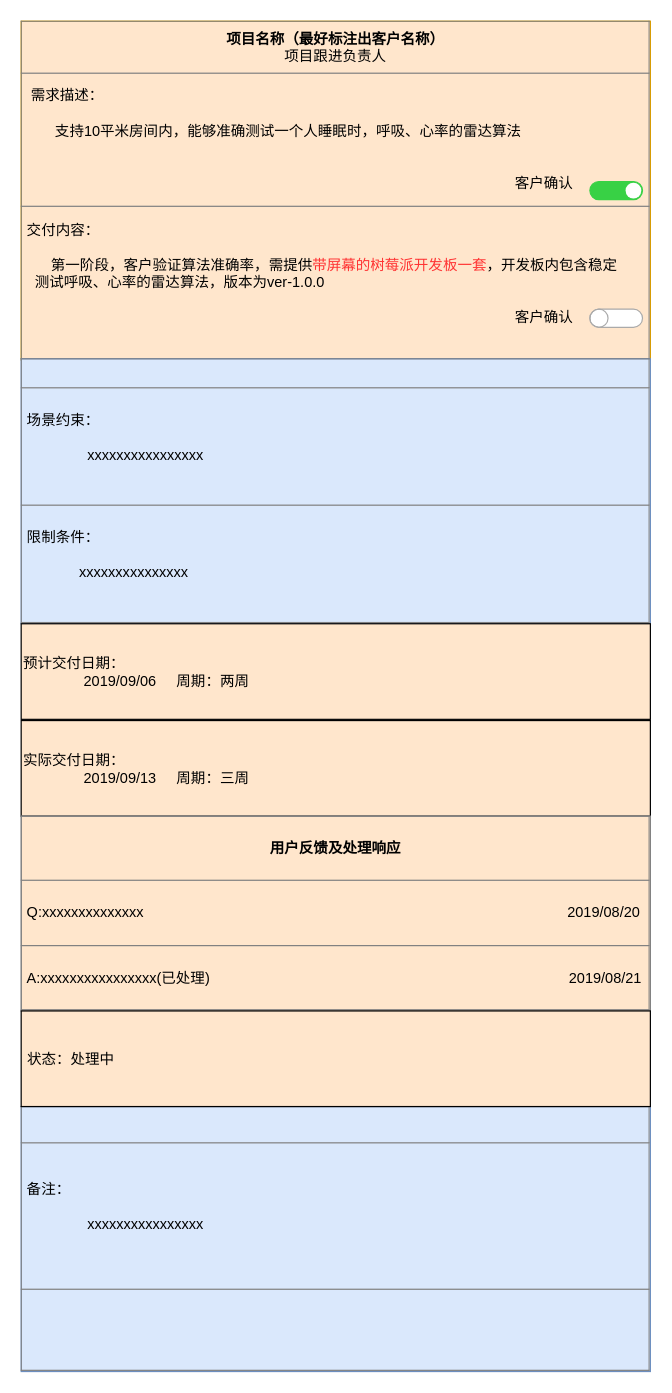
This is ProjectTemplateDoc.drawio from LiteZhang/OkMVP, a draw.io file, before an edit. Source tidied: cells renumbered, new cells numbered last; positions are measured from the earlier drawing's top-left corner, leaving out a move shared by most shapes. Both pictures are drawn from the tidied source at 121%, with x=0, y=0 at pixel (21, 21).
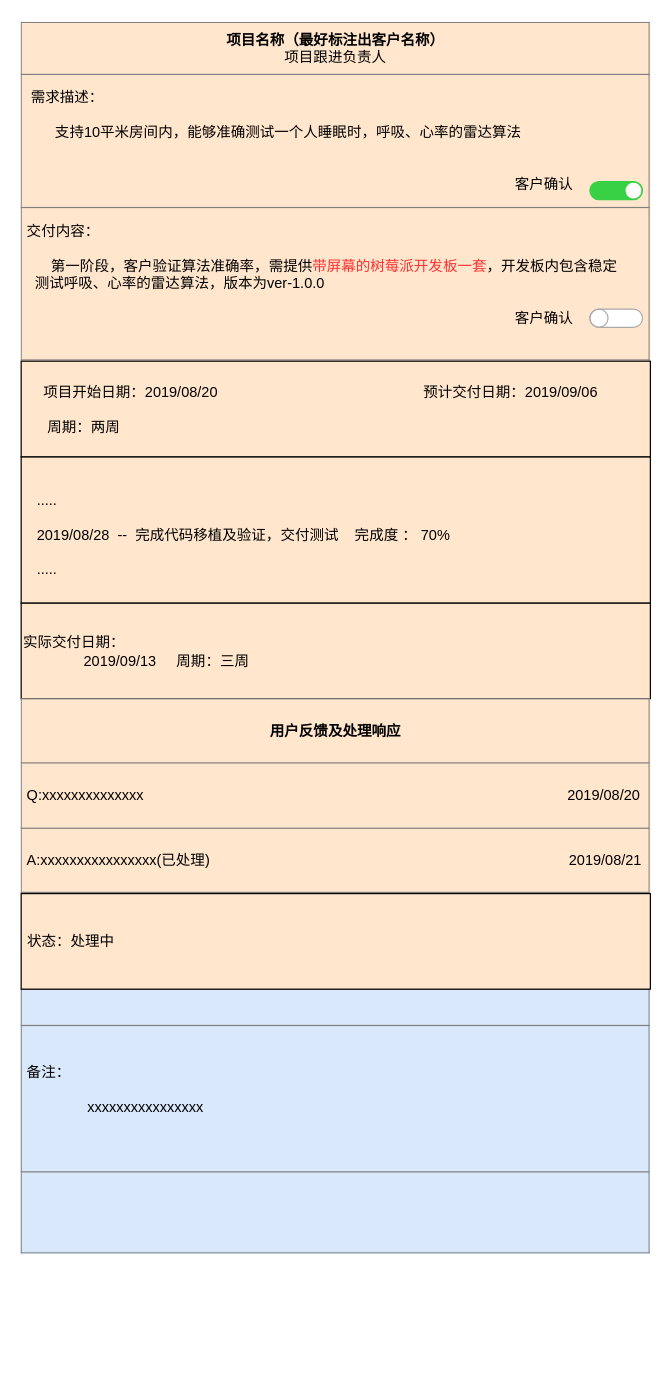
After the change.

The edit, as a diff of the source:
```diff
@@
 <mxGraphModel>
   <root>
     <mxCell id="0" />
     <mxCell id="1" parent="0" />
-    <mxCell id="2" value="&lt;table border=&quot;1&quot; width=&quot;100%&quot; cellpadding=&quot;4&quot; style=&quot;width: 100% ; height: 100% ; border-collapse: collapse&quot;&gt;&lt;tbody&gt;&lt;tr&gt;&lt;th align=&quot;center&quot;&gt;项目名称（最好标注出客户名称）&lt;br&gt;&lt;span style=&quot;font-weight: normal&quot;&gt;项目跟进负责人&lt;/span&gt;&lt;/th&gt;&lt;/tr&gt;&lt;tr&gt;&lt;td align=&quot;center&quot;&gt;&lt;div style=&quot;text-align: left&quot;&gt;&amp;nbsp;需求描述：&amp;nbsp;&amp;nbsp;&lt;/div&gt;&lt;div style=&quot;text-align: left&quot;&gt;&amp;nbsp; &amp;nbsp; &amp;nbsp; &amp;nbsp; &amp;nbsp; &amp;nbsp; &amp;nbsp; &amp;nbsp; &amp;nbsp; &amp;nbsp; &amp;nbsp; &amp;nbsp; &amp;nbsp; &amp;nbsp; &amp;nbsp; &amp;nbsp; &amp;nbsp; &amp;nbsp; &amp;nbsp; &amp;nbsp; &amp;nbsp; &amp;nbsp; &amp;nbsp; &amp;nbsp; &amp;nbsp; &amp;nbsp; &amp;nbsp; &amp;nbsp; &amp;nbsp; &amp;nbsp; &amp;nbsp; &amp;nbsp; &amp;nbsp; &amp;nbsp; &amp;nbsp; &amp;nbsp; &amp;nbsp; &amp;nbsp; &amp;nbsp; &amp;nbsp; &amp;nbsp; &amp;nbsp; &amp;nbsp; &amp;nbsp; &amp;nbsp; &amp;nbsp; &amp;nbsp; &amp;nbsp; &amp;nbsp; &amp;nbsp; &amp;nbsp; &amp;nbsp; &amp;nbsp; &amp;nbsp; &amp;nbsp; &amp;nbsp; &amp;nbsp; &amp;nbsp; &amp;nbsp; &amp;nbsp; &amp;nbsp;&amp;nbsp;&lt;/div&gt;&lt;div style=&quot;text-align: left&quot;&gt;&amp;nbsp; &amp;nbsp; &amp;nbsp; &amp;nbsp;支持10平米房间内，能够准确测试一个人睡眠时，呼吸、心率的雷达算法&lt;/div&gt;&lt;div style=&quot;text-align: left&quot;&gt;&lt;br&gt;&lt;/div&gt;&lt;div style=&quot;text-align: left&quot;&gt;&amp;nbsp; &amp;nbsp; &amp;nbsp; &amp;nbsp; &amp;nbsp; &amp;nbsp; &amp;nbsp; &amp;nbsp; &amp;nbsp; &amp;nbsp; &amp;nbsp; &amp;nbsp; &amp;nbsp; &amp;nbsp; &amp;nbsp; &amp;nbsp; &amp;nbsp; &amp;nbsp; &amp;nbsp; &amp;nbsp; &amp;nbsp; &amp;nbsp; &amp;nbsp; &amp;nbsp; &amp;nbsp; &amp;nbsp; &amp;nbsp; &amp;nbsp; &amp;nbsp; &amp;nbsp; &amp;nbsp; &amp;nbsp; &amp;nbsp; &amp;nbsp; &amp;nbsp; &amp;nbsp; &amp;nbsp; &amp;nbsp; &amp;nbsp; &amp;nbsp; &amp;nbsp; &amp;nbsp; &amp;nbsp; &amp;nbsp; &amp;nbsp; &amp;nbsp; &amp;nbsp; &amp;nbsp; &amp;nbsp; &amp;nbsp; &amp;nbsp; &amp;nbsp; &amp;nbsp; &amp;nbsp; &amp;nbsp; &amp;nbsp; &amp;nbsp; &amp;nbsp; &amp;nbsp; &amp;nbsp; &amp;nbsp;&lt;/div&gt;&lt;div style=&quot;text-align: left&quot;&gt;&amp;nbsp; &amp;nbsp; &amp;nbsp; &amp;nbsp; &amp;nbsp; &amp;nbsp; &amp;nbsp; &amp;nbsp; &amp;nbsp; &amp;nbsp; &amp;nbsp; &amp;nbsp; &amp;nbsp; &amp;nbsp; &amp;nbsp; &amp;nbsp; &amp;nbsp; &amp;nbsp; &amp;nbsp; &amp;nbsp; &amp;nbsp; &amp;nbsp; &amp;nbsp; &amp;nbsp; &amp;nbsp; &amp;nbsp; &amp;nbsp; &amp;nbsp; &amp;nbsp; &amp;nbsp; &amp;nbsp; &amp;nbsp; &amp;nbsp; &amp;nbsp; &amp;nbsp; &amp;nbsp; &amp;nbsp; &amp;nbsp; &amp;nbsp; &amp;nbsp; &amp;nbsp; &amp;nbsp; &amp;nbsp; &amp;nbsp; &amp;nbsp; &amp;nbsp; &amp;nbsp; &amp;nbsp; &amp;nbsp; &amp;nbsp; &amp;nbsp; &amp;nbsp; &amp;nbsp; &amp;nbsp; &amp;nbsp; &amp;nbsp; &amp;nbsp; &amp;nbsp; &amp;nbsp; &amp;nbsp; &amp;nbsp;客户确认&lt;/div&gt;&lt;/td&gt;&lt;/tr&gt;&lt;tr&gt;&lt;td align=&quot;center&quot; style=&quot;text-align: left&quot;&gt;交付内容：&lt;br&gt;&lt;br&gt;&amp;nbsp; &amp;nbsp; &amp;nbsp; 第一阶段，客户验证算法准确率，需提供&lt;font color=&quot;#ff3333&quot;&gt;带屏幕的树莓派开发板一套&lt;/font&gt;，开发板内包含稳定&lt;br&gt;&lt;span&gt;&amp;nbsp; 测试呼吸、心率的雷达算法，版本为ver-1.0.0&lt;br&gt;&lt;br&gt;&amp;nbsp; &amp;nbsp; &amp;nbsp; &amp;nbsp; &amp;nbsp; &amp;nbsp; &amp;nbsp; &amp;nbsp; &amp;nbsp; &amp;nbsp; &amp;nbsp; &amp;nbsp; &amp;nbsp; &amp;nbsp; &amp;nbsp; &amp;nbsp; &amp;nbsp; &amp;nbsp; &amp;nbsp; &amp;nbsp; &amp;nbsp; &amp;nbsp; &amp;nbsp; &amp;nbsp; &amp;nbsp; &amp;nbsp; &amp;nbsp; &amp;nbsp; &amp;nbsp; &amp;nbsp; &amp;nbsp; &amp;nbsp; &amp;nbsp; &amp;nbsp; &amp;nbsp; &amp;nbsp; &amp;nbsp; &amp;nbsp; &amp;nbsp; &amp;nbsp; &amp;nbsp; &amp;nbsp; &amp;nbsp; &amp;nbsp; &amp;nbsp; &amp;nbsp; &amp;nbsp; &amp;nbsp; &amp;nbsp; &amp;nbsp; &amp;nbsp; &amp;nbsp; &amp;nbsp; &amp;nbsp; &amp;nbsp; &amp;nbsp; &amp;nbsp; &amp;nbsp; &amp;nbsp; &amp;nbsp; &amp;nbsp;客户确认&lt;br&gt;&lt;/span&gt;&lt;div&gt;&lt;br&gt;&lt;/div&gt;&lt;/td&gt;&lt;/tr&gt;&lt;/tbody&gt;&lt;/table&gt;" style="text;html=1;strokeColor=#d79b00;fillColor=#ffe6cc;overflow=fill;" parent="1" vertex="1">
-      <mxGeometry width="520" height="280" as="geometry" />
+    <mxCell id="2" value="&lt;table border=&quot;1&quot; width=&quot;100%&quot; cellpadding=&quot;4&quot; style=&quot;width: 100% ; height: 100% ; border-collapse: collapse&quot;&gt;&lt;tbody&gt;&lt;tr&gt;&lt;th align=&quot;center&quot;&gt;项目名称（最好标注出客户名称）&lt;br&gt;&lt;span style=&quot;font-weight: normal&quot;&gt;项目跟进负责人&lt;/span&gt;&lt;/th&gt;&lt;/tr&gt;&lt;tr&gt;&lt;td align=&quot;center&quot;&gt;&lt;div style=&quot;text-align: left&quot;&gt;&amp;nbsp;需求描述：&amp;nbsp;&amp;nbsp;&lt;/div&gt;&lt;div style=&quot;text-align: left&quot;&gt;&amp;nbsp; &amp;nbsp; &amp;nbsp; &amp;nbsp; &amp;nbsp; &amp;nbsp; &amp;nbsp; &amp;nbsp; &amp;nbsp; &amp;nbsp; &amp;nbsp; &amp;nbsp; &amp;nbsp; &amp;nbsp; &amp;nbsp; &amp;nbsp; &amp;nbsp; &amp;nbsp; &amp;nbsp; &amp;nbsp; &amp;nbsp; &amp;nbsp; &amp;nbsp; &amp;nbsp; &amp;nbsp; &amp;nbsp; &amp;nbsp; &amp;nbsp; &amp;nbsp; &amp;nbsp; &amp;nbsp; &amp;nbsp; &amp;nbsp; &amp;nbsp; &amp;nbsp; &amp;nbsp; &amp;nbsp; &amp;nbsp; &amp;nbsp; &amp;nbsp; &amp;nbsp; &amp;nbsp; &amp;nbsp; &amp;nbsp; &amp;nbsp; &amp;nbsp; &amp;nbsp; &amp;nbsp; &amp;nbsp; &amp;nbsp; &amp;nbsp; &amp;nbsp; &amp;nbsp; &amp;nbsp; &amp;nbsp; &amp;nbsp; &amp;nbsp; &amp;nbsp; &amp;nbsp; &amp;nbsp; &amp;nbsp;&amp;nbsp;&lt;/div&gt;&lt;div style=&quot;text-align: left&quot;&gt;&amp;nbsp; &amp;nbsp; &amp;nbsp; &amp;nbsp;支持10平米房间内，能够准确测试一个人睡眠时，呼吸、心率的雷达算法&lt;/div&gt;&lt;div style=&quot;text-align: left&quot;&gt;&lt;br&gt;&lt;/div&gt;&lt;div style=&quot;text-align: left&quot;&gt;&amp;nbsp; &amp;nbsp; &amp;nbsp; &amp;nbsp; &amp;nbsp; &amp;nbsp; &amp;nbsp; &amp;nbsp; &amp;nbsp; &amp;nbsp; &amp;nbsp; &amp;nbsp; &amp;nbsp; &amp;nbsp; &amp;nbsp; &amp;nbsp; &amp;nbsp; &amp;nbsp; &amp;nbsp; &amp;nbsp; &amp;nbsp; &amp;nbsp; &amp;nbsp; &amp;nbsp; &amp;nbsp; &amp;nbsp; &amp;nbsp; &amp;nbsp; &amp;nbsp; &amp;nbsp; &amp;nbsp; &amp;nbsp; &amp;nbsp; &amp;nbsp; &amp;nbsp; &amp;nbsp; &amp;nbsp; &amp;nbsp; &amp;nbsp; &amp;nbsp; &amp;nbsp; &amp;nbsp; &amp;nbsp; &amp;nbsp; &amp;nbsp; &amp;nbsp; &amp;nbsp; &amp;nbsp; &amp;nbsp; &amp;nbsp; &amp;nbsp; &amp;nbsp; &amp;nbsp; &amp;nbsp; &amp;nbsp; &amp;nbsp; &amp;nbsp; &amp;nbsp; &amp;nbsp; &amp;nbsp; &amp;nbsp;&lt;/div&gt;&lt;div style=&quot;text-align: left&quot;&gt;&amp;nbsp; &amp;nbsp; &amp;nbsp; &amp;nbsp; &amp;nbsp; &amp;nbsp; &amp;nbsp; &amp;nbsp; &amp;nbsp; &amp;nbsp; &amp;nbsp; &amp;nbsp; &amp;nbsp; &amp;nbsp; &amp;nbsp; &amp;nbsp; &amp;nbsp; &amp;nbsp; &amp;nbsp; &amp;nbsp; &amp;nbsp; &amp;nbsp; &amp;nbsp; &amp;nbsp; &amp;nbsp; &amp;nbsp; &amp;nbsp; &amp;nbsp; &amp;nbsp; &amp;nbsp; &amp;nbsp; &amp;nbsp; &amp;nbsp; &amp;nbsp; &amp;nbsp; &amp;nbsp; &amp;nbsp; &amp;nbsp; &amp;nbsp; &amp;nbsp; &amp;nbsp; &amp;nbsp; &amp;nbsp; &amp;nbsp; &amp;nbsp; &amp;nbsp; &amp;nbsp; &amp;nbsp; &amp;nbsp; &amp;nbsp; &amp;nbsp; &amp;nbsp; &amp;nbsp; &amp;nbsp; &amp;nbsp; &amp;nbsp; &amp;nbsp; &amp;nbsp; &amp;nbsp; &amp;nbsp; &amp;nbsp;客户确认&lt;/div&gt;&lt;/td&gt;&lt;/tr&gt;&lt;tr&gt;&lt;td align=&quot;center&quot; style=&quot;text-align: left&quot;&gt;交付内容：&lt;br&gt;&lt;br&gt;&amp;nbsp; &amp;nbsp; &amp;nbsp; 第一阶段，客户验证算法准确率，需提供&lt;font color=&quot;#ff3333&quot;&gt;带屏幕的树莓派开发板一套&lt;/font&gt;，开发板内包含稳定&lt;br&gt;&lt;span&gt;&amp;nbsp; 测试呼吸、心率的雷达算法，版本为ver-1.0.0&lt;br&gt;&lt;br&gt;&amp;nbsp; &amp;nbsp; &amp;nbsp; &amp;nbsp; &amp;nbsp; &amp;nbsp; &amp;nbsp; &amp;nbsp; &amp;nbsp; &amp;nbsp; &amp;nbsp; &amp;nbsp; &amp;nbsp; &amp;nbsp; &amp;nbsp; &amp;nbsp; &amp;nbsp; &amp;nbsp; &amp;nbsp; &amp;nbsp; &amp;nbsp; &amp;nbsp; &amp;nbsp; &amp;nbsp; &amp;nbsp; &amp;nbsp; &amp;nbsp; &amp;nbsp; &amp;nbsp; &amp;nbsp; &amp;nbsp; &amp;nbsp; &amp;nbsp; &amp;nbsp; &amp;nbsp; &amp;nbsp; &amp;nbsp; &amp;nbsp; &amp;nbsp; &amp;nbsp; &amp;nbsp; &amp;nbsp; &amp;nbsp; &amp;nbsp; &amp;nbsp; &amp;nbsp; &amp;nbsp; &amp;nbsp; &amp;nbsp; &amp;nbsp; &amp;nbsp; &amp;nbsp; &amp;nbsp; &amp;nbsp; &amp;nbsp; &amp;nbsp; &amp;nbsp; &amp;nbsp; &amp;nbsp; &amp;nbsp; &amp;nbsp;客户确认&lt;br&gt;&lt;/span&gt;&lt;div&gt;&lt;br&gt;&lt;/div&gt;&lt;/td&gt;&lt;/tr&gt;&lt;/tbody&gt;&lt;/table&gt;" style="text;html=1;strokeColor=none;fillColor=#ffe6cc;overflow=fill;" parent="1" vertex="1">
+      <mxGeometry y="1" width="520" height="280" as="geometry" />
     </mxCell>
     <mxCell id="3" style="html=1;verticalLabelPosition=bottom;labelBackgroundColor=#ffffff;verticalAlign=top;shadow=0;dashed=0;strokeWidth=1;shape=mxgraph.ios7ui.onOffButton;buttonState=on;strokeColor=#38D145;strokeColor2=#aaaaaa;fillColor=#38D145;fillColor2=#ffffff;" parent="1" vertex="1">
       <mxGeometry x="470" y="132.5" width="43.5" height="15" as="geometry" />
     </mxCell>
     <mxCell id="4" style="html=1;verticalLabelPosition=bottom;labelBackgroundColor=#ffffff;verticalAlign=top;shadow=0;dashed=0;strokeWidth=1;shape=mxgraph.ios7ui.onOffButton;buttonState=off;strokeColor=#38D145;strokeColor2=#aaaaaa;fillColor=#38D145;fillColor2=#ffffff;" parent="1" vertex="1">
       <mxGeometry x="470" y="238" width="43.5" height="15" as="geometry" />
     </mxCell>
-    <mxCell id="5" value="&lt;table border=&quot;1&quot; width=&quot;100%&quot; cellpadding=&quot;4&quot; style=&quot;width: 100% ; height: 100% ; border-collapse: collapse&quot;&gt;&lt;tbody&gt;&lt;tr&gt;&lt;th align=&quot;center&quot;&gt;&lt;br&gt;&lt;/th&gt;&lt;/tr&gt;&lt;tr&gt;&lt;td align=&quot;center&quot; style=&quot;text-align: left&quot;&gt;&lt;br&gt;场景约束：&lt;br&gt;&lt;br&gt;&amp;nbsp; &amp;nbsp; &amp;nbsp; &amp;nbsp; &amp;nbsp; &amp;nbsp; &amp;nbsp; &amp;nbsp;xxxxxxxxxxxxxxxx&lt;br&gt;&lt;br&gt;&lt;br&gt;&lt;/td&gt;&lt;/tr&gt;&lt;tr&gt;&lt;td align=&quot;center&quot; style=&quot;text-align: left&quot;&gt;&lt;br&gt;限制条件：&lt;br&gt;&amp;nbsp; &amp;nbsp; &amp;nbsp; &amp;nbsp; &amp;nbsp; &amp;nbsp; &amp;nbsp; &lt;br&gt;&amp;nbsp; &amp;nbsp; &amp;nbsp; &amp;nbsp; &amp;nbsp; &amp;nbsp; &amp;nbsp;xxxxxxxxxxxxxxx&lt;br&gt;&lt;br&gt;&lt;br&gt;&lt;/td&gt;&lt;/tr&gt;&lt;/tbody&gt;&lt;/table&gt;" style="text;html=1;strokeColor=#6c8ebf;fillColor=#dae8fc;overflow=fill;" parent="1" vertex="1">
-      <mxGeometry y="279" width="520" height="219" as="geometry" />
+    <mxCell id="5" value="&lt;br&gt;&lt;br&gt;&amp;nbsp; &amp;nbsp; .....&lt;br&gt;&lt;br&gt;&amp;nbsp; &amp;nbsp;&amp;nbsp;&lt;span style=&quot;white-space: normal&quot;&gt;2019/08/28&amp;nbsp; --&amp;nbsp; 完成代码移植及验证，交付测试&amp;nbsp; &amp;nbsp; 完成度 ： 70%&lt;br&gt;&lt;br&gt;&amp;nbsp; &amp;nbsp; .....&lt;br&gt;&lt;/span&gt;" style="text;html=1;strokeColor=#000000;fillColor=#ffe6cc;overflow=fill;" parent="1" vertex="1">
+      <mxGeometry y="360" width="520" height="121" as="geometry" />
     </mxCell>
-    <mxCell id="6" value="预计交付日期：&lt;br&gt;&amp;nbsp; &amp;nbsp; &amp;nbsp; &amp;nbsp; &amp;nbsp; &amp;nbsp; &amp;nbsp; &amp;nbsp;2019/09/06&amp;nbsp; &amp;nbsp; &amp;nbsp;周期：两周" style="rounded=0;whiteSpace=wrap;html=1;align=left;fillColor=#ffe6cc;strokeColor=#000000;" parent="1" vertex="1">
-      <mxGeometry y="498" width="520" height="79" as="geometry" />
+    <mxCell id="6" value="&amp;nbsp; &amp;nbsp; &amp;nbsp;项目开始日期：2019/08/20&amp;nbsp; &amp;nbsp; &amp;nbsp; &amp;nbsp; &amp;nbsp; &amp;nbsp; &amp;nbsp; &amp;nbsp; &amp;nbsp; &amp;nbsp; &amp;nbsp; &amp;nbsp; &amp;nbsp; &amp;nbsp; &amp;nbsp; &amp;nbsp; &amp;nbsp; &amp;nbsp; &amp;nbsp; &amp;nbsp; &amp;nbsp; &amp;nbsp; &amp;nbsp; &amp;nbsp; &amp;nbsp; &amp;nbsp;预计交付日期：2019/09/06&amp;nbsp; &amp;nbsp; &lt;br&gt;&lt;br&gt;&amp;nbsp; &amp;nbsp; &amp;nbsp; 周期：两周" style="rounded=0;whiteSpace=wrap;html=1;align=left;fillColor=#ffe6cc;strokeColor=#000000;" parent="1" vertex="1">
+      <mxGeometry y="281" width="520" height="79" as="geometry" />
     </mxCell>
     <mxCell id="7" value="实际交付日期：&lt;br&gt;&amp;nbsp; &amp;nbsp; &amp;nbsp; &amp;nbsp; &amp;nbsp; &amp;nbsp; &amp;nbsp; &amp;nbsp;2019/09/13&amp;nbsp; &amp;nbsp; &amp;nbsp;周期：三周" style="rounded=0;whiteSpace=wrap;html=1;align=left;fillColor=#ffe6cc;strokeColor=#000000;" parent="1" vertex="1">
-      <mxGeometry y="578" width="520" height="79" as="geometry" />
+      <mxGeometry y="481" width="520" height="79" as="geometry" />
     </mxCell>
-    <mxCell id="8" value="&lt;table border=&quot;1&quot; width=&quot;100%&quot; cellpadding=&quot;4&quot; style=&quot;width: 100% ; height: 100% ; border-collapse: collapse&quot;&gt;&lt;tbody&gt;&lt;tr&gt;&lt;th align=&quot;center&quot;&gt;用户反馈及处理响应&lt;/th&gt;&lt;/tr&gt;&lt;tr&gt;&lt;td align=&quot;center&quot; style=&quot;text-align: left&quot;&gt;Q:xxxxxxxxxxxxxx&amp;nbsp; &amp;nbsp; &amp;nbsp; &amp;nbsp; &amp;nbsp; &amp;nbsp; &amp;nbsp; &amp;nbsp; &amp;nbsp; &amp;nbsp; &amp;nbsp; &amp;nbsp; &amp;nbsp; &amp;nbsp; &amp;nbsp; &amp;nbsp; &amp;nbsp; &amp;nbsp; &amp;nbsp; &amp;nbsp; &amp;nbsp; &amp;nbsp; &amp;nbsp; &amp;nbsp; &amp;nbsp; &amp;nbsp; &amp;nbsp; &amp;nbsp; &amp;nbsp; &amp;nbsp; &amp;nbsp; &amp;nbsp; &amp;nbsp; &amp;nbsp; &amp;nbsp; &amp;nbsp; &amp;nbsp; &amp;nbsp; &amp;nbsp; &amp;nbsp; &amp;nbsp; &amp;nbsp; &amp;nbsp; &amp;nbsp; &amp;nbsp; &amp;nbsp; &amp;nbsp; &amp;nbsp; &amp;nbsp; &amp;nbsp; &amp;nbsp; &amp;nbsp; &amp;nbsp;2019/08/20&lt;br&gt;&lt;/td&gt;&lt;/tr&gt;&lt;tr&gt;&lt;td align=&quot;center&quot; style=&quot;text-align: left&quot;&gt;A:xxxxxxxxxxxxxxxx(已处理)&amp;nbsp; &amp;nbsp; &amp;nbsp; &amp;nbsp; &amp;nbsp; &amp;nbsp; &amp;nbsp; &amp;nbsp; &amp;nbsp; &amp;nbsp; &amp;nbsp; &amp;nbsp; &amp;nbsp; &amp;nbsp; &amp;nbsp; &amp;nbsp; &amp;nbsp; &amp;nbsp; &amp;nbsp; &amp;nbsp; &amp;nbsp; &amp;nbsp; &amp;nbsp; &amp;nbsp; &amp;nbsp; &amp;nbsp; &amp;nbsp; &amp;nbsp; &amp;nbsp; &amp;nbsp; &amp;nbsp; &amp;nbsp; &amp;nbsp; &amp;nbsp; &amp;nbsp; &amp;nbsp; &amp;nbsp; &amp;nbsp; &amp;nbsp; &amp;nbsp; &amp;nbsp; &amp;nbsp; &amp;nbsp; &amp;nbsp; &amp;nbsp;2019/08/21&lt;/td&gt;&lt;/tr&gt;&lt;/tbody&gt;&lt;/table&gt;" style="text;html=1;strokeColor=#808080;fillColor=#ffe6cc;overflow=fill;" parent="1" vertex="1">
-      <mxGeometry y="657" width="520" height="161" as="geometry" />
+    <mxCell id="8" value="&lt;table border=&quot;1&quot; width=&quot;100%&quot; cellpadding=&quot;4&quot; style=&quot;width: 100% ; height: 100% ; border-collapse: collapse&quot;&gt;&lt;tbody&gt;&lt;tr&gt;&lt;th align=&quot;center&quot;&gt;用户反馈及处理响应&lt;/th&gt;&lt;/tr&gt;&lt;tr&gt;&lt;td align=&quot;center&quot; style=&quot;text-align: left&quot;&gt;Q:xxxxxxxxxxxxxx&amp;nbsp; &amp;nbsp; &amp;nbsp; &amp;nbsp; &amp;nbsp; &amp;nbsp; &amp;nbsp; &amp;nbsp; &amp;nbsp; &amp;nbsp; &amp;nbsp; &amp;nbsp; &amp;nbsp; &amp;nbsp; &amp;nbsp; &amp;nbsp; &amp;nbsp; &amp;nbsp; &amp;nbsp; &amp;nbsp; &amp;nbsp; &amp;nbsp; &amp;nbsp; &amp;nbsp; &amp;nbsp; &amp;nbsp; &amp;nbsp; &amp;nbsp; &amp;nbsp; &amp;nbsp; &amp;nbsp; &amp;nbsp; &amp;nbsp; &amp;nbsp; &amp;nbsp; &amp;nbsp; &amp;nbsp; &amp;nbsp; &amp;nbsp; &amp;nbsp; &amp;nbsp; &amp;nbsp; &amp;nbsp; &amp;nbsp; &amp;nbsp; &amp;nbsp; &amp;nbsp; &amp;nbsp; &amp;nbsp; &amp;nbsp; &amp;nbsp; &amp;nbsp; &amp;nbsp;2019/08/20&lt;br&gt;&lt;/td&gt;&lt;/tr&gt;&lt;tr&gt;&lt;td align=&quot;center&quot; style=&quot;text-align: left&quot;&gt;A:xxxxxxxxxxxxxxxx(已处理)&amp;nbsp; &amp;nbsp; &amp;nbsp; &amp;nbsp; &amp;nbsp; &amp;nbsp; &amp;nbsp; &amp;nbsp; &amp;nbsp; &amp;nbsp; &amp;nbsp; &amp;nbsp; &amp;nbsp; &amp;nbsp; &amp;nbsp; &amp;nbsp; &amp;nbsp; &amp;nbsp; &amp;nbsp; &amp;nbsp; &amp;nbsp; &amp;nbsp; &amp;nbsp; &amp;nbsp; &amp;nbsp; &amp;nbsp; &amp;nbsp; &amp;nbsp; &amp;nbsp; &amp;nbsp; &amp;nbsp; &amp;nbsp; &amp;nbsp; &amp;nbsp; &amp;nbsp; &amp;nbsp; &amp;nbsp; &amp;nbsp; &amp;nbsp; &amp;nbsp; &amp;nbsp; &amp;nbsp; &amp;nbsp; &amp;nbsp; &amp;nbsp;2019/08/21&lt;/td&gt;&lt;/tr&gt;&lt;/tbody&gt;&lt;/table&gt;" style="text;html=1;strokeColor=none;fillColor=#ffe6cc;overflow=fill;" parent="1" vertex="1">
+      <mxGeometry y="560" width="520" height="161" as="geometry" />
     </mxCell>
-    <mxCell id="9" value="&lt;table border=&quot;1&quot; width=&quot;100%&quot; cellpadding=&quot;4&quot; style=&quot;width: 100% ; height: 100% ; border-collapse: collapse&quot;&gt;&lt;tbody&gt;&lt;tr&gt;&lt;th align=&quot;center&quot;&gt;&lt;br&gt;&lt;/th&gt;&lt;/tr&gt;&lt;tr&gt;&lt;td align=&quot;center&quot; style=&quot;text-align: left&quot;&gt;&lt;br&gt;备注：&lt;br&gt;&lt;br&gt;&amp;nbsp; &amp;nbsp; &amp;nbsp; &amp;nbsp; &amp;nbsp; &amp;nbsp; &amp;nbsp; &amp;nbsp;xxxxxxxxxxxxxxxx&lt;br&gt;&lt;br&gt;&lt;br&gt;&lt;/td&gt;&lt;/tr&gt;&lt;tr&gt;&lt;td align=&quot;center&quot; style=&quot;text-align: left&quot;&gt;&lt;br&gt;&amp;nbsp;&lt;br&gt;&lt;br&gt;&lt;/td&gt;&lt;/tr&gt;&lt;/tbody&gt;&lt;/table&gt;" style="text;html=1;strokeColor=#6c8ebf;fillColor=#dae8fc;overflow=fill;" parent="1" vertex="1">
-      <mxGeometry y="897" width="520" height="219" as="geometry" />
+    <mxCell id="9" value="&lt;table border=&quot;1&quot; width=&quot;100%&quot; cellpadding=&quot;4&quot; style=&quot;width: 100% ; height: 100% ; border-collapse: collapse&quot;&gt;&lt;tbody&gt;&lt;tr&gt;&lt;th align=&quot;center&quot;&gt;&lt;br&gt;&lt;/th&gt;&lt;/tr&gt;&lt;tr&gt;&lt;td align=&quot;center&quot; style=&quot;text-align: left&quot;&gt;&lt;br&gt;备注：&lt;br&gt;&lt;br&gt;&amp;nbsp; &amp;nbsp; &amp;nbsp; &amp;nbsp; &amp;nbsp; &amp;nbsp; &amp;nbsp; &amp;nbsp;xxxxxxxxxxxxxxxx&lt;br&gt;&lt;br&gt;&lt;br&gt;&lt;/td&gt;&lt;/tr&gt;&lt;tr&gt;&lt;td align=&quot;center&quot; style=&quot;text-align: left&quot;&gt;&lt;br&gt;&amp;nbsp;&lt;br&gt;&lt;br&gt;&lt;/td&gt;&lt;/tr&gt;&lt;/tbody&gt;&lt;/table&gt;" style="text;html=1;strokeColor=none;fillColor=#dae8fc;overflow=fill;" parent="1" vertex="1">
+      <mxGeometry x="-0.5" y="800" width="520" height="219" as="geometry" />
     </mxCell>
     <mxCell id="10" value="&amp;nbsp;状态：处理中" style="rounded=0;whiteSpace=wrap;html=1;align=left;fillColor=#ffe6cc;strokeColor=#000000;" parent="1" vertex="1">
-      <mxGeometry y="818" width="520" height="79" as="geometry" />
+      <mxGeometry y="721" width="520" height="79" as="geometry" />
     </mxCell>
   </root>
 </mxGraphModel>
```
